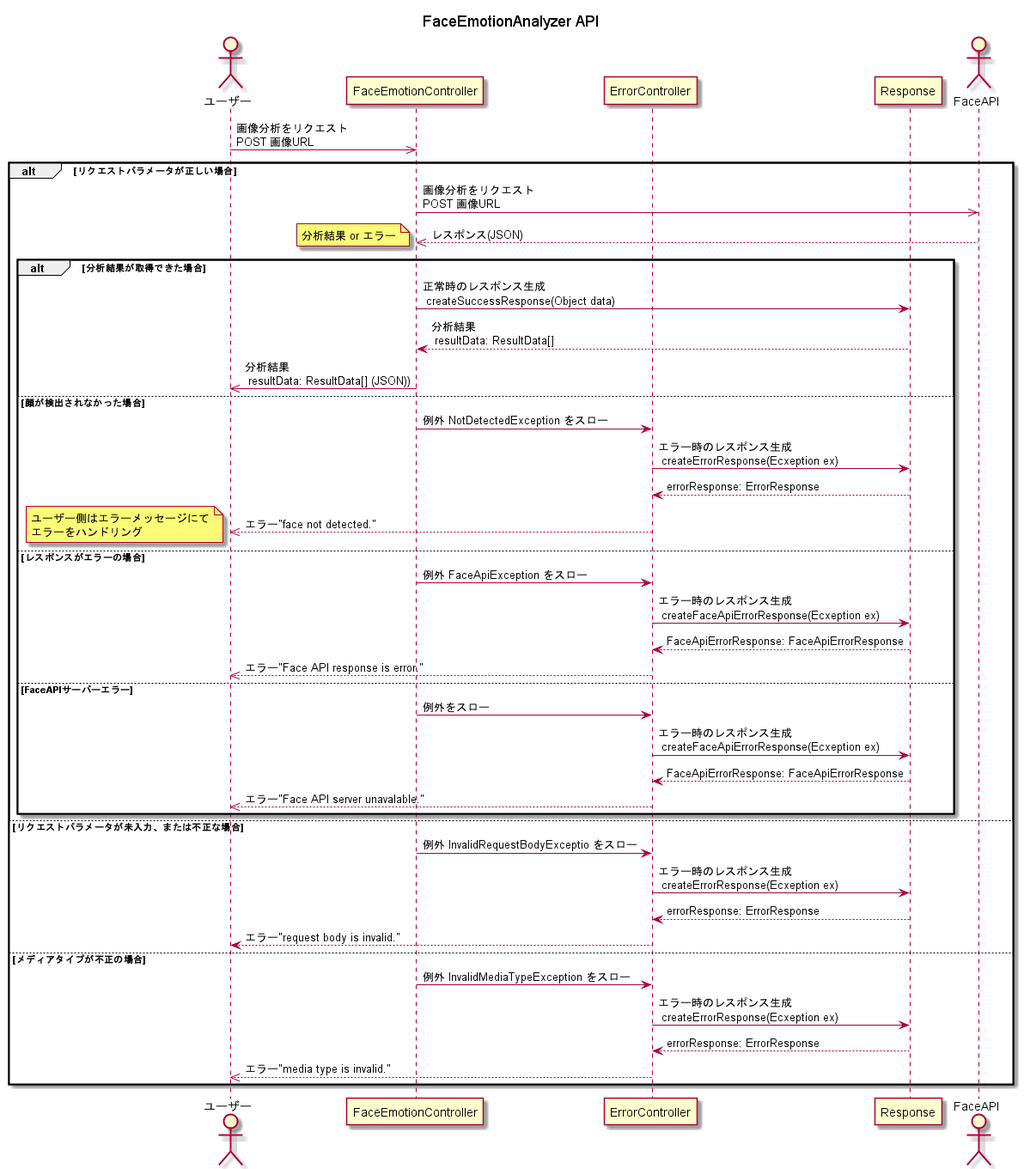
Before: out/doc/uml/seqDaigApi/FaceEmotionAnalyzer API.png, a diagram exported from PlantUML (nishikawa1114/FaceEmotionSystem).
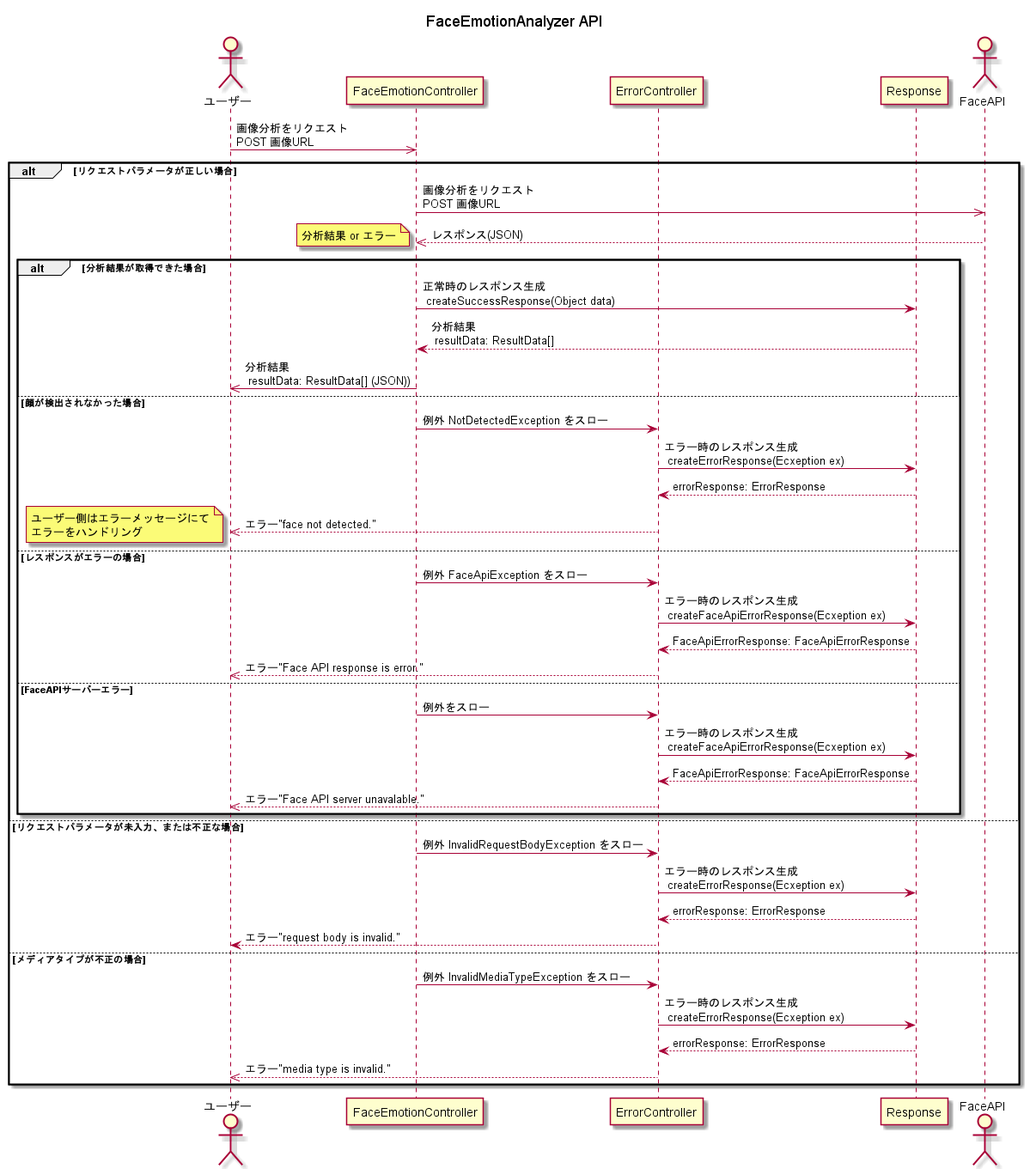
After the commit.

What changed in the source:
```diff
@@ -39,7 +39,7 @@
 
 
 else リクエストパラメータが未入力、または不正な場合
-    FaceEmotionController -> ErrorController: 例外 InvalidRequestBodyExceptio をスロー
+    FaceEmotionController -> ErrorController: 例外 InvalidRequestBodyException をスロー
     ErrorController -> Response: エラー時のレスポンス生成\n createErrorResponse(Ecxeption ex)
     ErrorController <-- Response: errorResponse: ErrorResponse
     ユーザー <-- ErrorController: エラー"request body is invalid."
```
